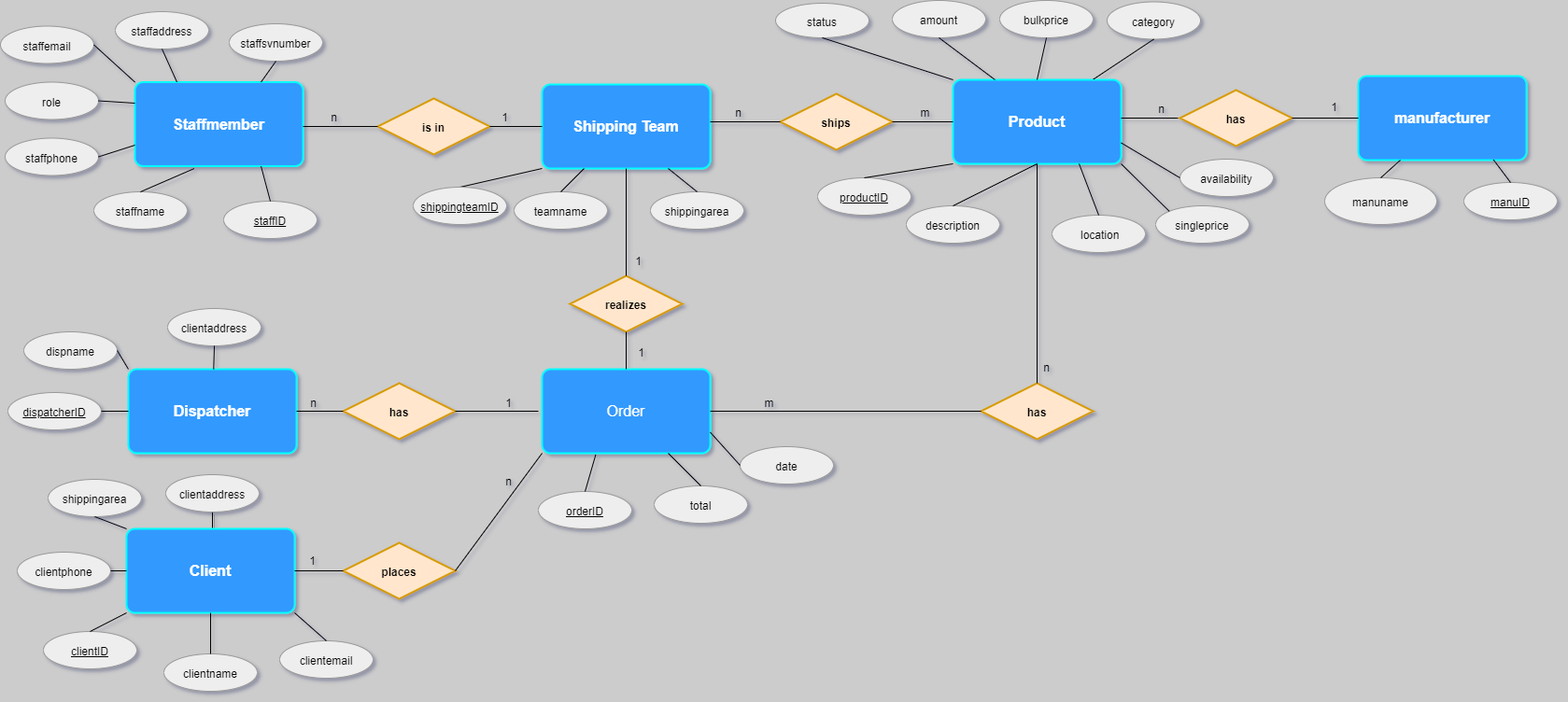
The draw.io diagram re_diagram.png in CodeFactoryWien/WF-Java-05, before a commit. Source tidied: cells renumbered, new cells last; positions are measured from the earlier drawing's top-left corner, leaving out a move shared by most shapes.
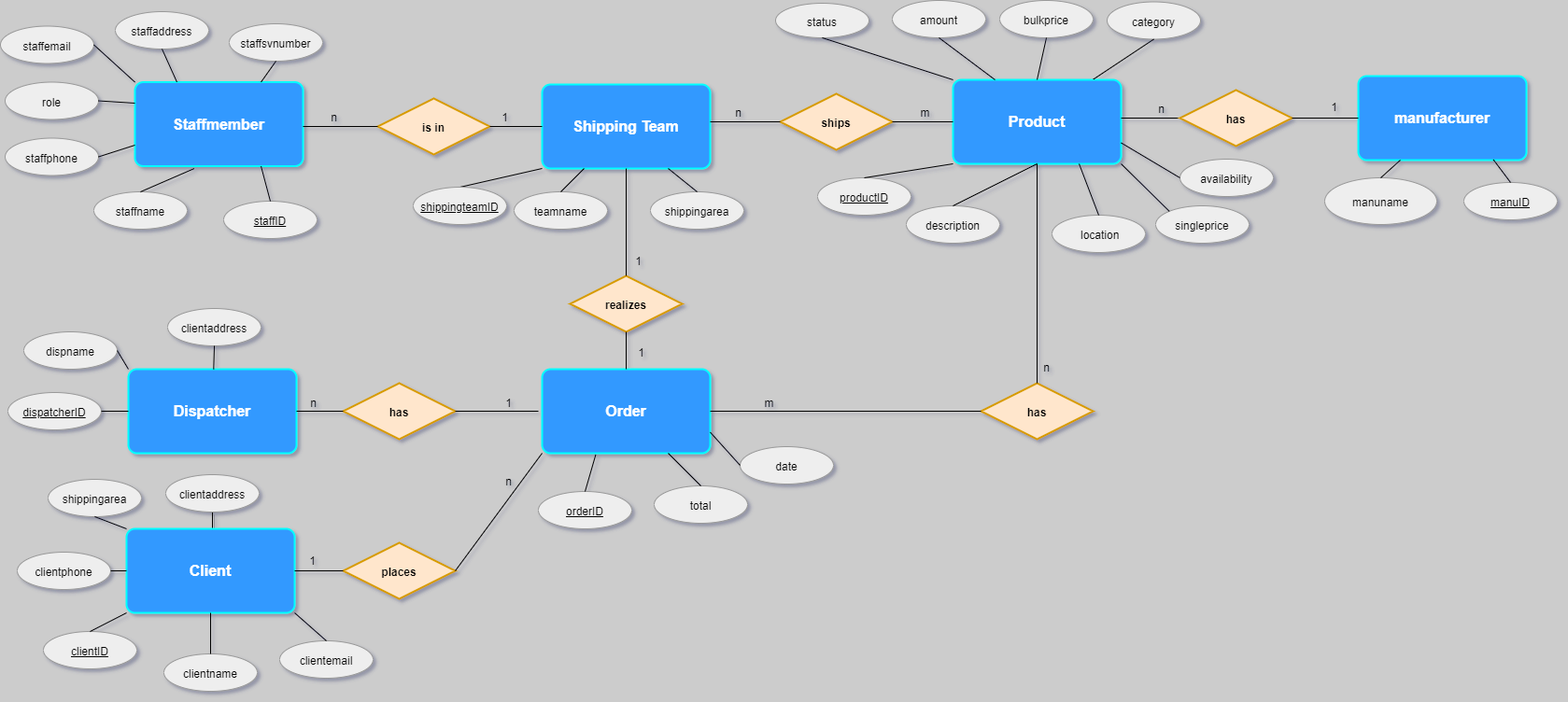
Later version of the same file.

What changed in the source:
```diff
@@ -44,7 +44,7 @@
     <mxCell id="15" value="amount" style="ellipse;whiteSpace=wrap;html=1;align=center;shadow=0;strokeColor=#999999;fillColor=#eeeeee;fixDash=0;" parent="1" vertex="1">
       <mxGeometry x="955" width="100" height="40" as="geometry" />
     </mxCell>
-    <mxCell id="16" value="Order" style="rounded=1;arcSize=10;whiteSpace=wrap;html=1;align=center;strokeColor=#00FFFF;strokeWidth=2;fillColor=#3399FF;gradientColor=none;fontSize=16;fontColor=#FFFFFF;fixDash=0;shadow=0;" parent="1" vertex="1">
+    <mxCell id="16" value="&lt;b&gt;Order&lt;/b&gt;" style="rounded=1;arcSize=10;whiteSpace=wrap;html=1;align=center;strokeColor=#00FFFF;strokeWidth=2;fillColor=#3399FF;gradientColor=none;fontSize=16;fontColor=#FFFFFF;fixDash=0;shadow=0;" parent="1" vertex="1">
       <mxGeometry x="580" y="395" width="180" height="90" as="geometry" />
     </mxCell>
     <mxCell id="17" value="status" style="ellipse;whiteSpace=wrap;html=1;align=center;shadow=0;strokeColor=#999999;fillColor=#eeeeee;fixDash=0;" parent="1" vertex="1">
```
